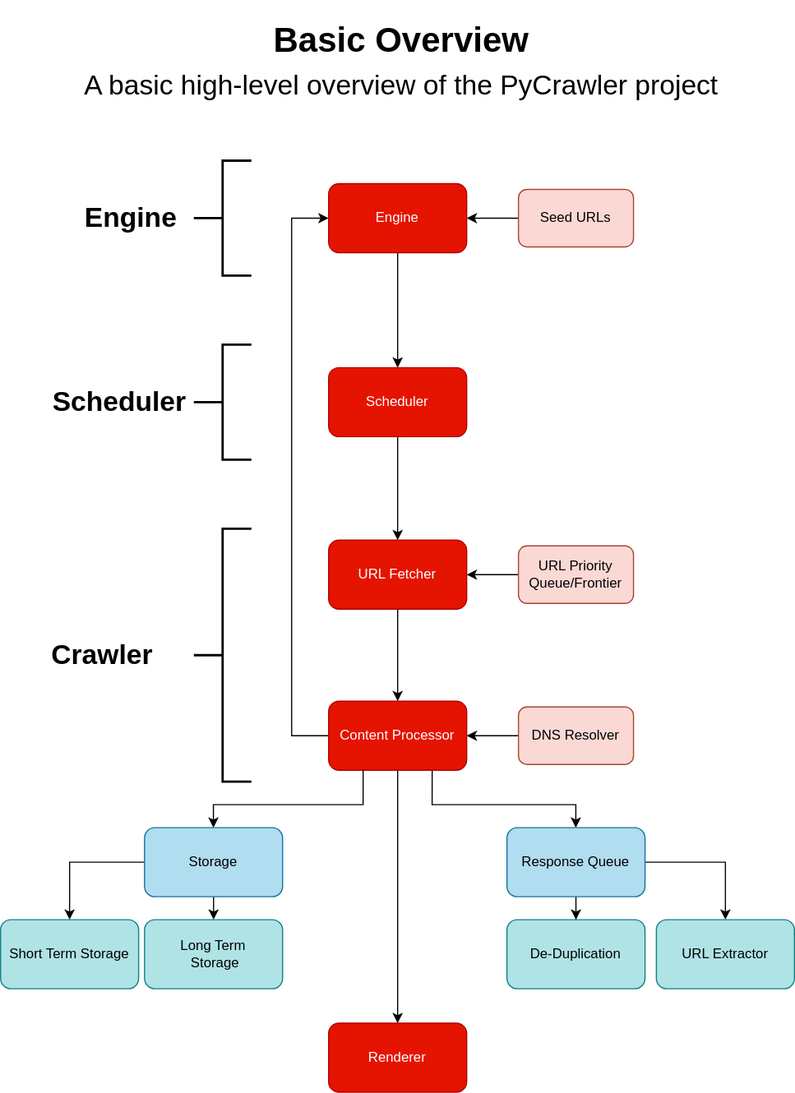
techapostle/PyCrawler keeps this draw.io diagram as SystemDesign.drawio.svg. Above is the earlier version. Source tidied: cells renumbered, new cells last; positions are measured from the earlier drawing's top-left corner, leaving out a move shared by most shapes.
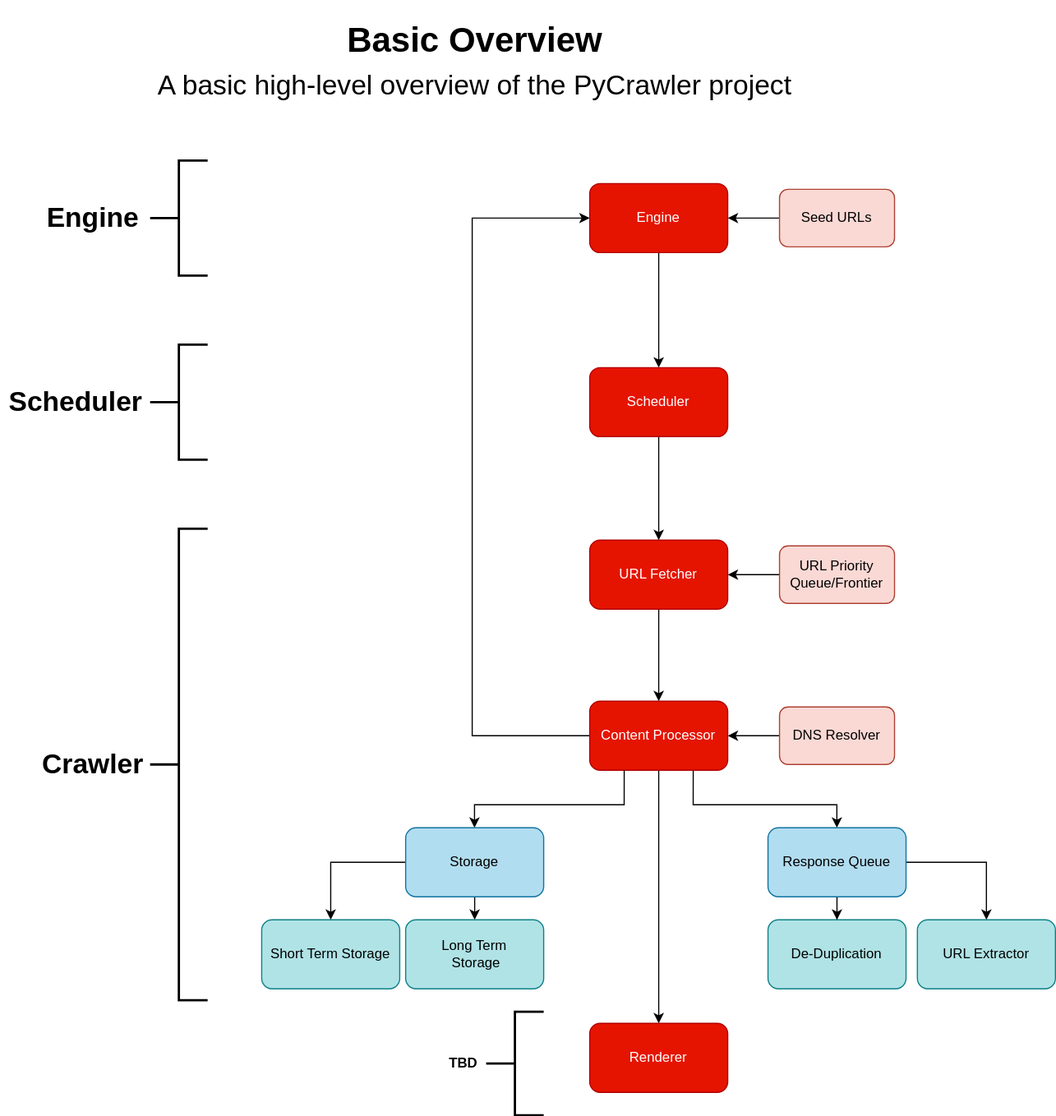
Later version of the same file.

Change to the diagram source:
```diff
@@ -40,8 +40,8 @@
     <mxCell id="12" style="edgeStyle=orthogonalEdgeStyle;rounded=0;jettySize=auto;html=1;entryX=0;entryY=0.5;entryDx=0;entryDy=0;" parent="1" edge="1" source="13" target="30">
       <mxGeometry relative="1" as="geometry">
         <Array as="points">
-          <mxPoint x="253" y="630" />
-          <mxPoint x="253" y="180" />
+          <mxPoint x="183" y="630" />
+          <mxPoint x="183" y="180" />
         </Array>
       </mxGeometry>
     </mxCell>
@@ -57,7 +57,7 @@
       </mxGeometry>
     </mxCell>
     <mxCell id="15" value="&lt;h1&gt;&lt;font style=&quot;font-size: 30px;&quot;&gt;Basic Overview&lt;/font&gt;&lt;/h1&gt;" style="text;html=1;align=center;verticalAlign=middle;strokeColor=none;fillColor=none;" parent="1" vertex="1">
-      <mxGeometry x="228" width="240" height="50" as="geometry" />
+      <mxGeometry x="65.1" width="240" height="50" as="geometry" />
     </mxCell>
     <mxCell id="16" style="edgeStyle=orthogonalEdgeStyle;rounded=0;jettySize=auto;html=1;" parent="1" edge="1" source="17">
       <mxGeometry relative="1" as="geometry">
@@ -112,25 +112,31 @@
       <mxGeometry x="285.1" y="150" width="120" height="60" as="geometry" />
     </mxCell>
     <mxCell id="31" value="&lt;font style=&quot;font-size: 24px;&quot;&gt;&lt;b&gt;Engine&lt;/b&gt;&lt;/font&gt;" style="text;html=1;align=center;verticalAlign=middle;strokeColor=none;fillColor=none;" parent="1" vertex="1">
-      <mxGeometry x="63" y="170" width="100" height="20" as="geometry" />
+      <mxGeometry x="-197" y="170" width="100" height="20" as="geometry" />
     </mxCell>
     <mxCell id="32" value="&lt;font style=&quot;font-size: 24px;&quot;&gt;&lt;b&gt;Scheduler&lt;/b&gt;&lt;/font&gt;" style="text;html=1;align=center;verticalAlign=middle;strokeColor=none;fillColor=none;" parent="1" vertex="1">
-      <mxGeometry x="38" y="330" width="130" height="20" as="geometry" />
+      <mxGeometry x="-227" y="330" width="130" height="20" as="geometry" />
     </mxCell>
     <mxCell id="33" value="&lt;font style=&quot;font-size: 24px;&quot;&gt;&lt;b&gt;Crawler&lt;/b&gt;&lt;/font&gt;" style="text;html=1;align=center;verticalAlign=middle;strokeColor=none;fillColor=none;" parent="1" vertex="1">
-      <mxGeometry x="38" y="550" width="100" height="20" as="geometry" />
+      <mxGeometry x="-197" y="645" width="100" height="20" as="geometry" />
     </mxCell>
     <mxCell id="34" style="strokeWidth=2;html=1;shape=mxgraph.flowchart.annotation_2;align=left;labelPosition=right;fontSize=24;" parent="1" vertex="1">
-      <mxGeometry x="168" y="130" width="50" height="100" as="geometry" />
+      <mxGeometry x="-97" y="130" width="50" height="100" as="geometry" />
     </mxCell>
     <mxCell id="35" style="strokeWidth=2;html=1;shape=mxgraph.flowchart.annotation_2;align=left;labelPosition=right;fontSize=24;" parent="1" vertex="1">
-      <mxGeometry x="168" y="290" width="50" height="100" as="geometry" />
+      <mxGeometry x="-97" y="290" width="50" height="100" as="geometry" />
     </mxCell>
     <mxCell id="36" style="strokeWidth=2;html=1;shape=mxgraph.flowchart.annotation_2;align=left;labelPosition=right;fontSize=24;" parent="1" vertex="1">
-      <mxGeometry x="168" y="450" width="50" height="220" as="geometry" />
+      <mxGeometry x="-97" y="450" width="50" height="410" as="geometry" />
     </mxCell>
     <mxCell id="37" value="A basic high-level overview of the PyCrawler project" style="text;html=1;align=center;verticalAlign=middle;strokeColor=none;fillColor=none;fontSize=24;" parent="1" vertex="1">
-      <mxGeometry x="68" y="50" width="560" height="30" as="geometry" />
+      <mxGeometry x="-94.9" y="50" width="560" height="30" as="geometry" />
     </mxCell>
+    <mxCell id="38" style="strokeWidth=2;html=1;shape=mxgraph.flowchart.annotation_2;align=left;labelPosition=right;fontSize=24;" parent="1" vertex="1">
+      <mxGeometry x="195.1" y="870" width="50" height="90" as="geometry" />
+    </mxCell>
+    <mxCell id="39" value="&lt;b&gt;TBD&lt;/b&gt;" style="text;html=1;align=center;verticalAlign=middle;strokeColor=none;fillColor=none;" parent="1" vertex="1">
+      <mxGeometry x="155.1" y="905" width="40" height="20" as="geometry" />
+    </mxCell>
   </root>
 </mxGraphModel>
```
